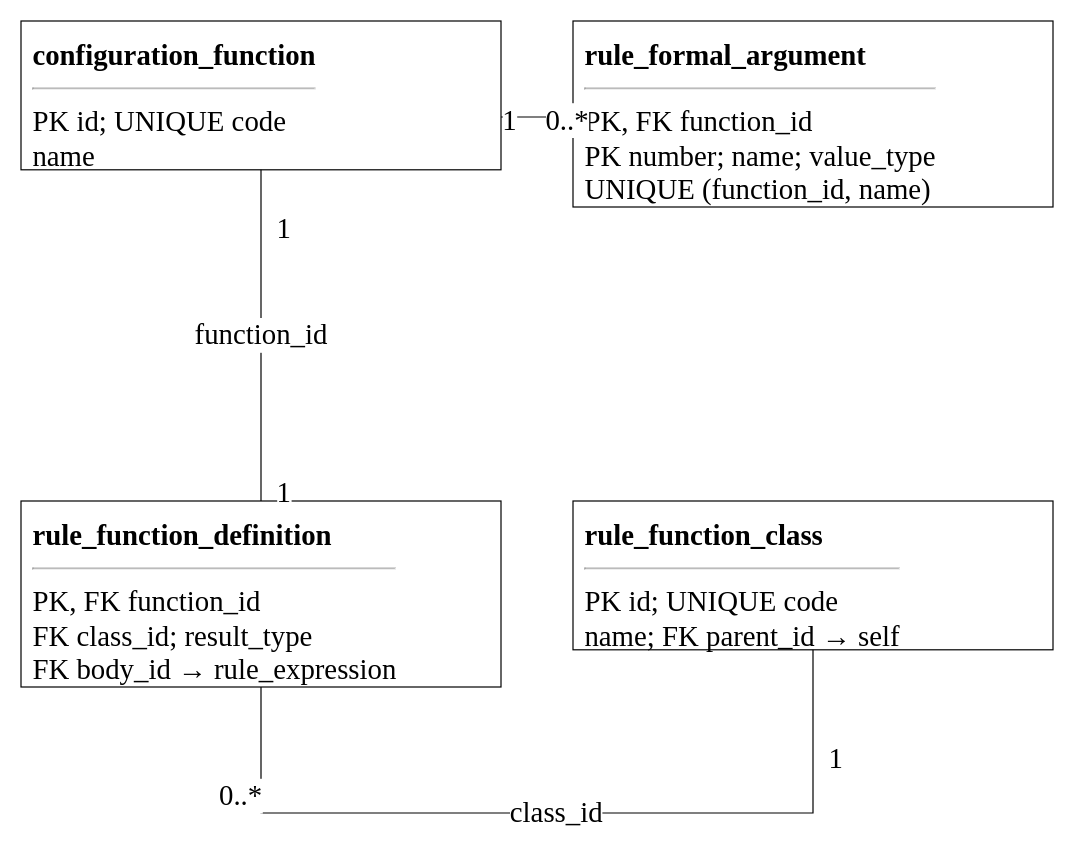
Above: utils/lab7/diagrams/08_erd_rules.drawio in 10xtheo/mispris-sem7 (draw.io), before the change. Source tidied: cells renumbered, new cells numbered last; positions are measured from the earlier drawing's top-left corner, leaving out a move shared by most shapes. Both pictures are drawn from the tidied source at 120%, with x=0, y=0 at pixel (20, 20).
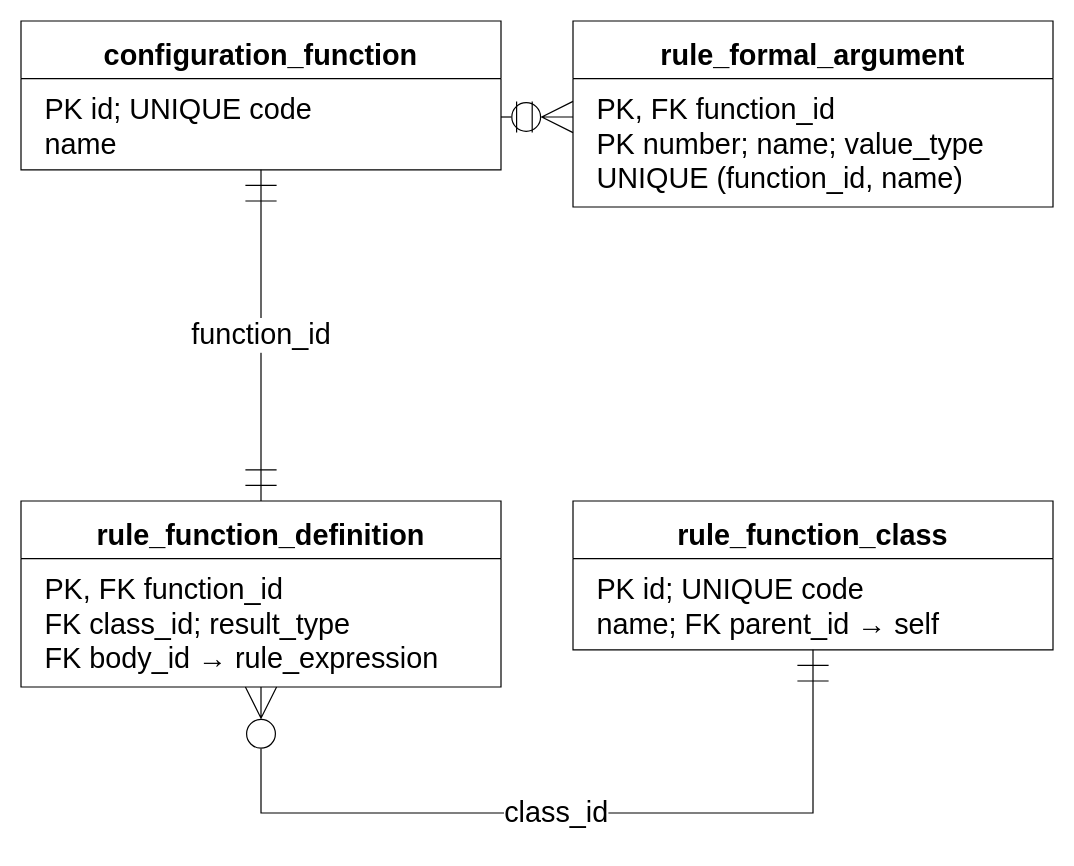
After the change.

What changed in the source:
```diff
@@
 <mxGraphModel>
   <root>
     <mxCell id="0" />
     <mxCell id="1" parent="0" />
-    <mxCell id="2" value="&lt;b&gt;configuration_function&lt;/b&gt;&lt;hr&gt;PK id; UNIQUE code&lt;br&gt;name" style="rounded=0;whiteSpace=wrap;html=1;align=left;verticalAlign=top;fontFamily=Times New Roman;fontSize=24;spacing=10;fillColor=#ffffff;strokeColor=#000000;" parent="1" vertex="1">
+    <mxCell id="2" value="configuration_function" style="rounded=0;whiteSpace=wrap;html=1;align=center;verticalAlign=top;fontFamily=Arial;fontSize=24;spacing=10;fillColor=#ffffff;strokeColor=#000000;shape=swimlane;startSize=48;fontStyle=1;swimlaneFillColor=#ffffff;" parent="1" vertex="1">
       <mxGeometry width="400" height="124" as="geometry" />
     </mxCell>
+    <mxCell id="15" value="PK id; UNIQUE code&lt;br&gt;name" style="text;html=1;align=left;verticalAlign=top;fontFamily=Arial;fontSize=24;spacingLeft=18;spacingTop=5;fillColor=none;strokeColor=none;" parent="2" vertex="1">
+      <mxGeometry y="48" width="400" height="76" as="geometry" />
+    </mxCell>
-    <mxCell id="3" value="&lt;b&gt;rule_formal_argument&lt;/b&gt;&lt;hr&gt;PK, FK function_id&lt;br&gt;PK number; name; value_type&lt;br&gt;UNIQUE (function_id, name)" style="rounded=0;whiteSpace=wrap;html=1;align=left;verticalAlign=top;fontFamily=Times New Roman;fontSize=24;spacing=10;fillColor=#ffffff;strokeColor=#000000;" parent="1" vertex="1">
+    <mxCell id="3" value="rule_formal_argument" style="rounded=0;whiteSpace=wrap;html=1;align=center;verticalAlign=top;fontFamily=Arial;fontSize=24;spacing=10;fillColor=#ffffff;strokeColor=#000000;shape=swimlane;startSize=48;fontStyle=1;swimlaneFillColor=#ffffff;" parent="1" vertex="1">
       <mxGeometry x="460" width="400" height="155" as="geometry" />
     </mxCell>
+    <mxCell id="16" value="PK, FK function_id&lt;br&gt;PK number; name; value_type&lt;br&gt;UNIQUE (function_id, name)" style="text;html=1;align=left;verticalAlign=top;fontFamily=Arial;fontSize=24;spacingLeft=18;spacingTop=5;fillColor=none;strokeColor=none;" parent="3" vertex="1">
+      <mxGeometry y="48" width="400" height="107" as="geometry" />
+    </mxCell>
-    <mxCell id="4" value="&lt;b&gt;rule_function_definition&lt;/b&gt;&lt;hr&gt;PK, FK function_id&lt;br&gt;FK class_id; result_type&lt;br&gt;FK body_id → rule_expression" style="rounded=0;whiteSpace=wrap;html=1;align=left;verticalAlign=top;fontFamily=Times New Roman;fontSize=24;spacing=10;fillColor=#ffffff;strokeColor=#000000;" parent="1" vertex="1">
+    <mxCell id="4" value="rule_function_definition" style="rounded=0;whiteSpace=wrap;html=1;align=center;verticalAlign=top;fontFamily=Arial;fontSize=24;spacing=10;fillColor=#ffffff;strokeColor=#000000;shape=swimlane;startSize=48;fontStyle=1;swimlaneFillColor=#ffffff;" parent="1" vertex="1">
       <mxGeometry y="400" width="400" height="155" as="geometry" />
     </mxCell>
+    <mxCell id="17" value="PK, FK function_id&lt;br&gt;FK class_id; result_type&lt;br&gt;FK body_id → rule_expression" style="text;html=1;align=left;verticalAlign=top;fontFamily=Arial;fontSize=24;spacingLeft=18;spacingTop=5;fillColor=none;strokeColor=none;" parent="4" vertex="1">
+      <mxGeometry y="48" width="400" height="107" as="geometry" />
+    </mxCell>
-    <mxCell id="5" value="&lt;b&gt;rule_function_class&lt;/b&gt;&lt;hr&gt;PK id; UNIQUE code&lt;br&gt;name; FK parent_id → self" style="rounded=0;whiteSpace=wrap;html=1;align=left;verticalAlign=top;fontFamily=Times New Roman;fontSize=24;spacing=10;fillColor=#ffffff;strokeColor=#000000;" parent="1" vertex="1">
+    <mxCell id="5" value="rule_function_class" style="rounded=0;whiteSpace=wrap;html=1;align=center;verticalAlign=top;fontFamily=Arial;fontSize=24;spacing=10;fillColor=#ffffff;strokeColor=#000000;shape=swimlane;startSize=48;fontStyle=1;swimlaneFillColor=#ffffff;" parent="1" vertex="1">
       <mxGeometry x="460" y="400" width="400" height="124" as="geometry" />
     </mxCell>
+    <mxCell id="18" value="PK id; UNIQUE code&lt;br&gt;name; FK parent_id → self" style="text;html=1;align=left;verticalAlign=top;fontFamily=Arial;fontSize=24;spacingLeft=18;spacingTop=5;fillColor=none;strokeColor=none;" parent="5" vertex="1">
+      <mxGeometry y="48" width="400" height="76" as="geometry" />
+    </mxCell>
-    <mxCell id="6" style="edgeStyle=orthogonalEdgeStyle;rounded=0;html=1;endArrow=open;fontFamily=Times New Roman;fontSize=24;labelBackgroundColor=#ffffff;exitX=0.0;exitY=0.5161290322580645;entryX=1.0;entryY=0.6451612903225806;endArrow=none;startArrow=none;" parent="1" edge="1" source="3" target="2">
+    <mxCell id="6" style="edgeStyle=orthogonalEdgeStyle;rounded=0;html=1;endArrow=open;fontFamily=Arial;fontSize=24;labelBackgroundColor=#ffffff;exitX=0.0;exitY=0.5161290322580645;entryX=1.0;entryY=0.6451612903225806;endArrow=none;startArrow=none;startArrow=ERzeroToMany;endArrow=ERmandOne;startFill=0;endFill=0;startSize=24;endSize=24;" parent="1" edge="1" source="3" target="2">
       <mxGeometry relative="1" as="geometry" />
     </mxCell>
-    <mxCell id="7" value="0..*" style="edgeLabel;html=1;align=center;fontFamily=Times New Roman;fontSize=24;" parent="6" vertex="1">
-      <mxGeometry x="-0.8" y="-18" relative="1" as="geometry" />
-    </mxCell>
-    <mxCell id="8" value="1" style="edgeLabel;html=1;align=center;fontFamily=Times New Roman;fontSize=24;" parent="6" vertex="1">
-      <mxGeometry x="0.8" y="-18" relative="1" as="geometry" />
-    </mxCell>
-    <mxCell id="9" value="function_id" style="edgeStyle=orthogonalEdgeStyle;rounded=0;html=1;endArrow=open;fontFamily=Times New Roman;fontSize=24;labelBackgroundColor=#ffffff;exitX=0.5;exitY=0.0;entryX=0.5;entryY=1.0;endArrow=none;startArrow=none;" parent="1" edge="1" source="4" target="2">
+    <mxCell id="9" value="function_id" style="edgeStyle=orthogonalEdgeStyle;rounded=0;html=1;endArrow=open;fontFamily=Arial;fontSize=24;labelBackgroundColor=#ffffff;exitX=0.5;exitY=0.0;entryX=0.5;entryY=1.0;endArrow=none;startArrow=none;startArrow=ERmandOne;endArrow=ERmandOne;startFill=0;endFill=0;startSize=24;endSize=24;" parent="1" edge="1" source="4" target="2">
       <mxGeometry relative="1" as="geometry" />
     </mxCell>
-    <mxCell id="10" value="1" style="edgeLabel;html=1;align=center;fontFamily=Times New Roman;fontSize=24;" parent="9" vertex="1">
-      <mxGeometry x="-0.8" y="-18" relative="1" as="geometry" />
-    </mxCell>
-    <mxCell id="11" value="1" style="edgeLabel;html=1;align=center;fontFamily=Times New Roman;fontSize=24;" parent="9" vertex="1">
-      <mxGeometry x="0.8" y="-18" relative="1" as="geometry" />
-    </mxCell>
-    <mxCell id="12" value="class_id" style="edgeStyle=orthogonalEdgeStyle;rounded=0;html=1;endArrow=open;fontFamily=Times New Roman;fontSize=24;labelBackgroundColor=#ffffff;exitX=0.5;exitY=1.0;entryX=0.5;entryY=1.0;endArrow=none;startArrow=none;" parent="1" edge="1" source="4" target="5">
+    <mxCell id="12" value="class_id" style="edgeStyle=orthogonalEdgeStyle;rounded=0;html=1;endArrow=open;fontFamily=Arial;fontSize=24;labelBackgroundColor=#ffffff;exitX=0.5;exitY=1.0;entryX=0.5;entryY=1.0;endArrow=none;startArrow=none;startArrow=ERzeroToMany;endArrow=ERmandOne;startFill=0;endFill=0;startSize=24;endSize=24;" parent="1" edge="1" source="4" target="5">
       <mxGeometry relative="1" as="geometry">
         <Array as="points">
           <mxPoint x="200" y="660" />
           <mxPoint x="660" y="660" />
         </Array>
       </mxGeometry>
     </mxCell>
-    <mxCell id="13" value="0..*" style="edgeLabel;html=1;align=center;fontFamily=Times New Roman;fontSize=24;" parent="12" vertex="1">
-      <mxGeometry x="-0.8" y="-18" relative="1" as="geometry" />
-    </mxCell>
-    <mxCell id="14" value="1" style="edgeLabel;html=1;align=center;fontFamily=Times New Roman;fontSize=24;" parent="12" vertex="1">
-      <mxGeometry x="0.8" y="-18" relative="1" as="geometry" />
-    </mxCell>
   </root>
 </mxGraphModel>
```
